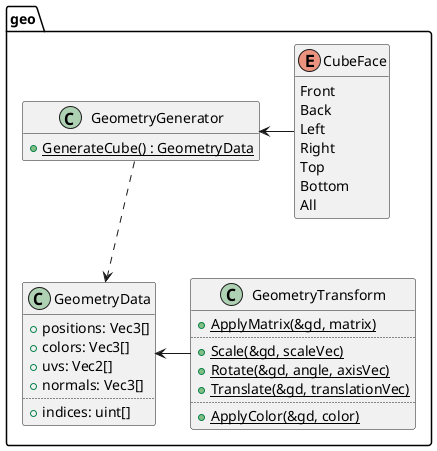
Above: design/shapes.png in ba6er/marblemaze (PlantUML), before the change.
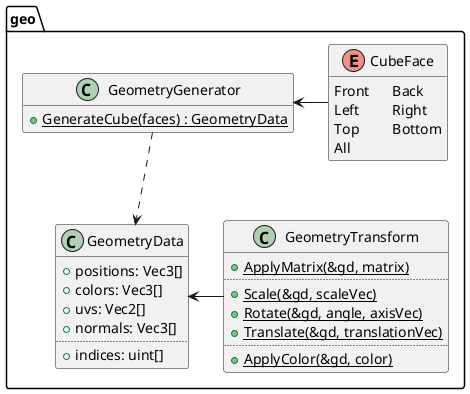
The same file after the commit.

Commit message:
Cosmetic change to shapes UML

The edit, as a diff of the source:
```diff
@@ -2,12 +2,9 @@
 set separator ::
 
 enum geo::CubeFace {
-	Front
-	Back
-	Left
-	Right
-	Top
-	Bottom
+	Front  	Back
+	Left   	Right
+	Top    	Bottom
 	All
 }
 hide CubeFace methods
@@ -23,7 +20,7 @@
 hide GeometryData methods
 
 class geo::GeometryGenerator {
-	{static} +GenerateCube() : GeometryData
+	{static} +GenerateCube(faces) : GeometryData
 }
 hide GeometryGenerator fields
 
```
